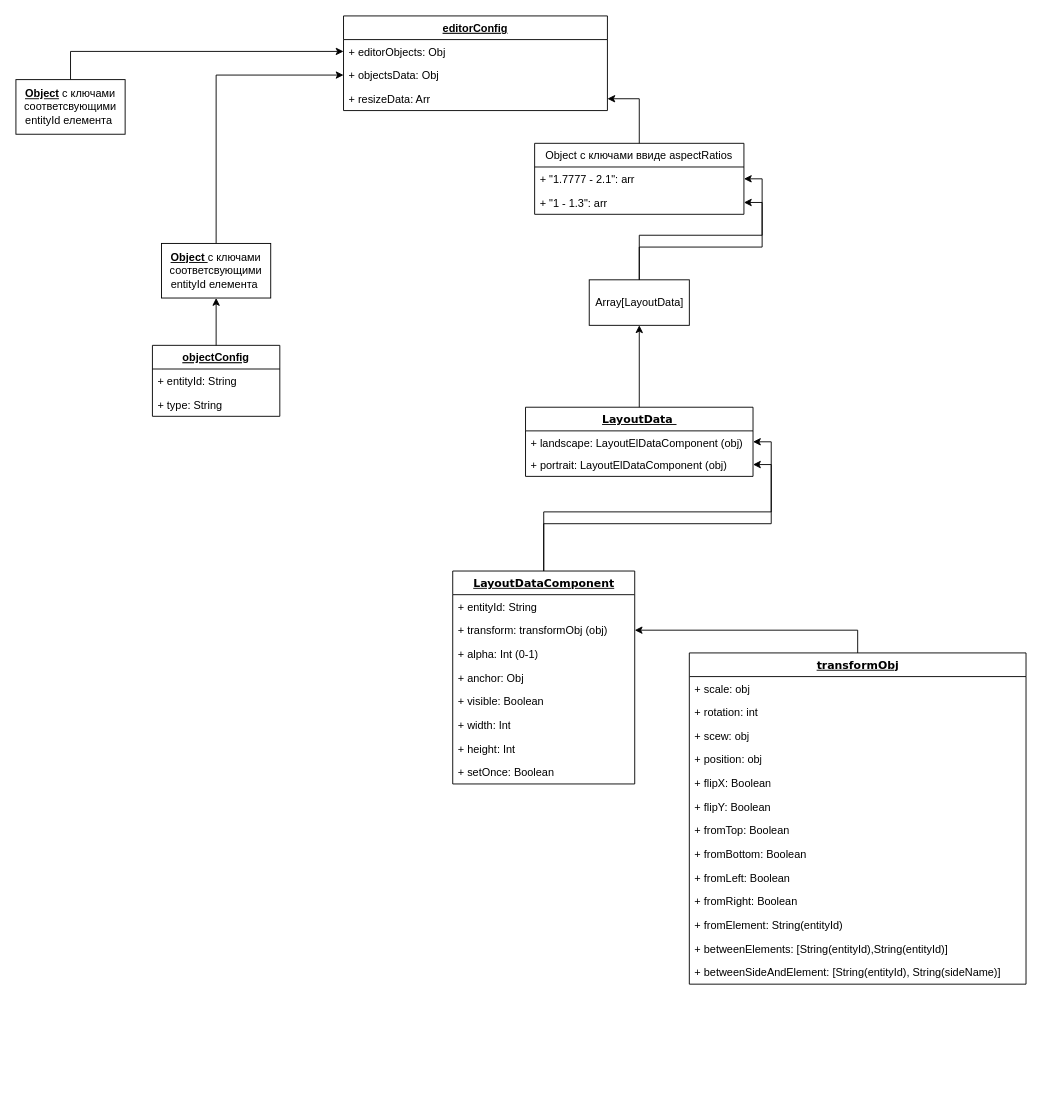
Earlier version of the draw.io diagram Transform data save format.drawio (MatthewKarpenko/LayoutEditor-diagrams). Source tidied: cells renumbered, new cells numbered last; positions are measured from the earlier drawing's top-left corner, leaving out a move shared by most shapes. Both pictures are drawn from the tidied source at 91%, with x=0, y=0 at pixel (15, 15).
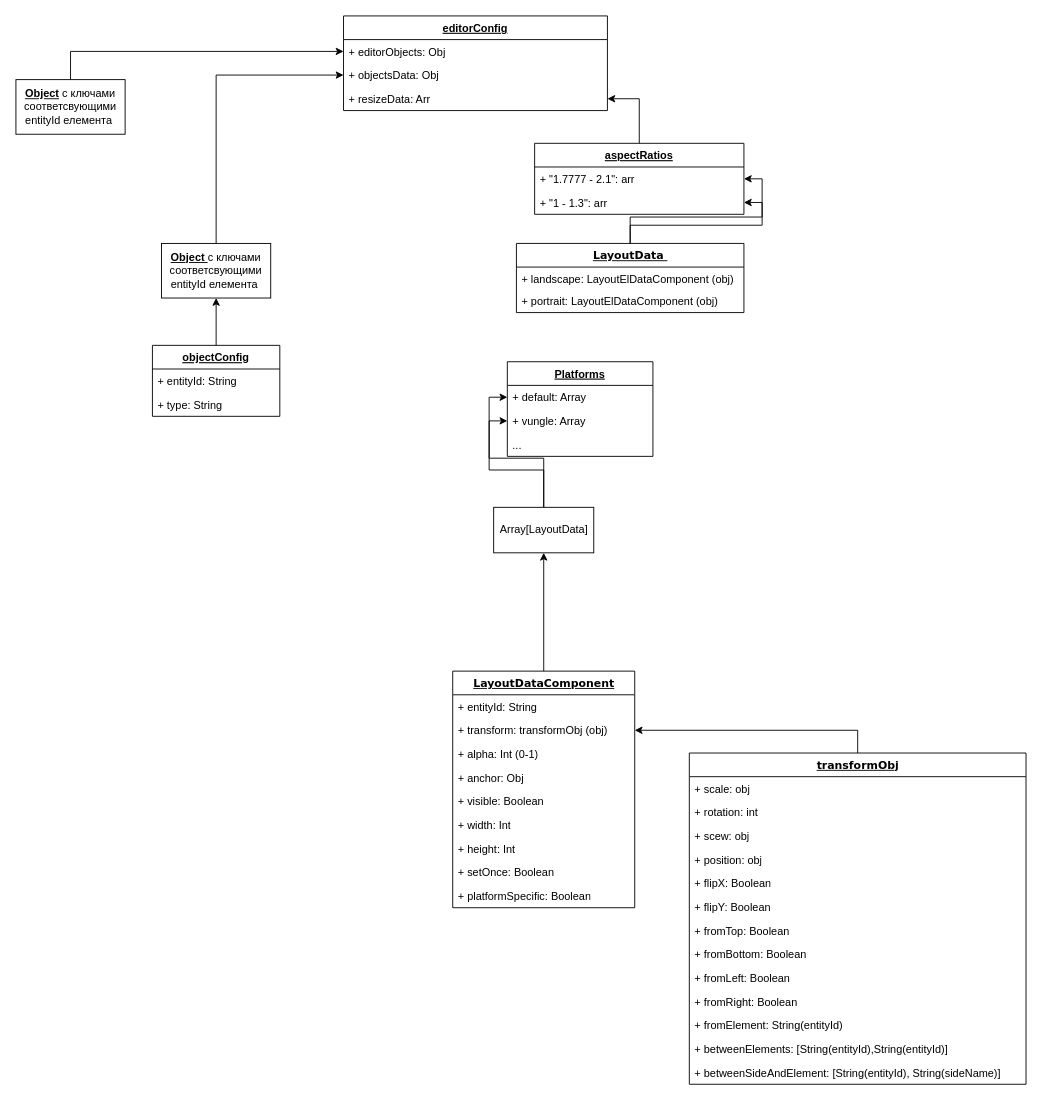
The same diagram, later.

Commit message:
tranfsorms resize diagram different platforms added

The change refers to these unchanged cells:
```xml
<mxCell id="4" value="+ landscape: LayoutElDataComponent (obj)" style="text;html=1;strokeColor=none;fillColor=none;align=left;verticalAlign=top;spacingLeft=4;spacingRight=4;whiteSpace=wrap;overflow=hidden;points=[[0,0.5],[1,0.5]];portConstraint=eastwest;" parent="3" vertex="1">
  <mxGeometry y="26" width="250" height="24" as="geometry" />
</mxCell>
<mxCell id="5" value="+ portrait: LayoutElDataComponent (obj)" style="text;html=1;strokeColor=none;fillColor=none;align=left;verticalAlign=top;spacingLeft=4;spacingRight=4;whiteSpace=wrap;overflow=hidden;points=[[0,0.5],[1,0.5]];portConstraint=eastwest;" parent="3" vertex="1">
  <mxGeometry y="50" width="250" height="26" as="geometry" />
</mxCell>
<mxCell id="48" value="+ &quot;1.7777 - 2.1&quot;: arr" style="text;strokeColor=none;fillColor=none;align=left;verticalAlign=top;spacingLeft=4;spacingRight=4;overflow=hidden;points=[[0,0.5],[1,0.5]];portConstraint=eastwest;" parent="47" vertex="1">
  <mxGeometry y="26" width="230" height="26" as="geometry" />
</mxCell>
<mxCell id="49" value="+ &quot;1 - 1.3&quot;: arr" style="text;strokeColor=none;fillColor=none;align=left;verticalAlign=top;spacingLeft=4;spacingRight=4;overflow=hidden;points=[[0,0.5],[1,0.5]];portConstraint=eastwest;" parent="47" vertex="1">
  <mxGeometry y="52" width="230" height="26" as="geometry" />
</mxCell>
```

The edit, as a diff of the source:
```diff
@@
-    <mxCell id="2" style="edgeStyle=orthogonalEdgeStyle;rounded=0;jettySize=auto;html=1;exitX=0.5;exitY=0;exitDx=0;exitDy=0;entryX=0.5;entryY=1;entryDx=0;entryDy=0;fontColor=#000000;" parent="1" edge="1" source="3" target="38">
-      <mxGeometry relative="1" as="geometry" />
-    </mxCell>
     <mxCell id="3" value="&lt;u&gt;LayoutData&amp;nbsp;&lt;/u&gt;" style="swimlane;html=1;fontStyle=1;align=center;verticalAlign=top;horizontal=1;startSize=26;swimlaneFillColor=#ffffff;rounded=0;shadow=0;comic=0;labelBackgroundColor=none;strokeWidth=1;fillColor=none;fontFamily=Verdana;fontSize=12;" parent="1" vertex="1">
-      <mxGeometry x="560" y="430" width="250" height="76" as="geometry" />
+      <mxGeometry x="550" y="250" width="250" height="76" as="geometry" />
     </mxCell>
@@
-    <mxCell id="6" style="edgeStyle=orthogonalEdgeStyle;rounded=0;jettySize=auto;html=1;exitX=0.5;exitY=0;exitDx=0;exitDy=0;entryX=1;entryY=0.5;entryDx=0;entryDy=0;" parent="1" edge="1" source="7" target="4">
-      <mxGeometry relative="1" as="geometry" />
-    </mxCell>
+    <mxCell id="51" style="edgeStyle=orthogonalEdgeStyle;rounded=0;jettySize=auto;html=1;exitX=0.5;exitY=0;exitDx=0;exitDy=0;entryX=0.5;entryY=1;entryDx=0;entryDy=0;" parent="1" edge="1" source="7" target="38">
+      <mxGeometry relative="1" as="geometry" />
+    </mxCell>
     <mxCell id="7" value="&lt;u&gt;LayoutDataComponent&lt;/u&gt;" style="swimlane;html=1;fontStyle=1;align=center;verticalAlign=top;horizontal=1;startSize=26;swimlaneFillColor=#ffffff;rounded=0;shadow=0;comic=0;labelBackgroundColor=none;strokeWidth=1;fillColor=none;fontFamily=Verdana;fontSize=12;" parent="1" vertex="1">
-      <mxGeometry x="480" y="610" width="200" height="234" as="geometry" />
+      <mxGeometry x="480" y="720" width="200" height="260" as="geometry" />
     </mxCell>
@@
+    <mxCell id="52" value="+ platformSpecific: Boolean" style="text;html=1;strokeColor=none;fillColor=none;align=left;verticalAlign=top;spacingLeft=4;spacingRight=4;whiteSpace=wrap;overflow=hidden;" parent="7" vertex="1">
+      <mxGeometry y="234" width="200" height="26" as="geometry" />
+    </mxCell>
@@
     <mxCell id="17" value="&lt;u&gt;transformObj&lt;/u&gt;" style="swimlane;html=1;fontStyle=1;align=center;verticalAlign=top;horizontal=1;startSize=26;swimlaneFillColor=#ffffff;rounded=0;shadow=0;comic=0;labelBackgroundColor=none;strokeWidth=1;fillColor=none;fontFamily=Verdana;fontSize=12;" parent="1" vertex="1">
-      <mxGeometry x="740" y="700" width="370" height="364" as="geometry" />
+      <mxGeometry x="740" y="810" width="370" height="364" as="geometry" />
     </mxCell>
@@
-    <mxCell id="31" style="edgeStyle=orthogonalEdgeStyle;rounded=0;jettySize=auto;html=1;entryX=1;entryY=0.5;entryDx=0;entryDy=0;exitX=0.5;exitY=0;exitDx=0;exitDy=0;" parent="1" edge="1" source="7" target="5">
-      <mxGeometry relative="1" as="geometry" />
-    </mxCell>
@@
-    <mxCell id="37" style="edgeStyle=orthogonalEdgeStyle;rounded=0;jettySize=auto;html=1;exitX=0.5;exitY=0;exitDx=0;exitDy=0;entryX=1;entryY=0.5;entryDx=0;entryDy=0;" parent="1" edge="1" source="38" target="49">
+    <mxCell id="37" style="edgeStyle=orthogonalEdgeStyle;rounded=0;jettySize=auto;html=1;exitX=0.5;exitY=0;exitDx=0;exitDy=0;entryX=1;entryY=0.5;entryDx=0;entryDy=0;" parent="1" edge="1" source="3" target="49">
       <mxGeometry relative="1" as="geometry" />
     </mxCell>
+    <mxCell id="53" style="edgeStyle=orthogonalEdgeStyle;rounded=0;jettySize=auto;html=1;exitX=0.5;exitY=0;exitDx=0;exitDy=0;entryX=0;entryY=0.5;entryDx=0;entryDy=0;" parent="1" edge="1" source="38" target="56">
+      <mxGeometry relative="1" as="geometry" />
+    </mxCell>
+    <mxCell id="54" style="edgeStyle=orthogonalEdgeStyle;rounded=0;jettySize=auto;html=1;exitX=0.5;exitY=0;exitDx=0;exitDy=0;entryX=0;entryY=0.5;entryDx=0;entryDy=0;" parent="1" edge="1" source="38" target="57">
+      <mxGeometry relative="1" as="geometry" />
+    </mxCell>
     <mxCell id="38" value="Array[LayoutData]" style="html=1;fontColor=#000000;" parent="1" vertex="1">
-      <mxGeometry x="630" y="290" width="110" height="50" as="geometry" />
+      <mxGeometry x="525" y="540" width="110" height="50" as="geometry" />
     </mxCell>
@@
-    <mxCell id="47" value="Object с ключами ввиде aspectRatios" style="swimlane;fontStyle=0;horizontal=1;startSize=26;fillColor=none;" parent="1" vertex="1">
+    <mxCell id="47" value="aspectRatios" style="swimlane;fontStyle=5;horizontal=1;startSize=26;fillColor=none;" parent="1" vertex="1">
       <mxGeometry x="570" y="140" width="230" height="78" as="geometry" />
     </mxCell>
@@
-    <mxCell id="50" style="edgeStyle=orthogonalEdgeStyle;rounded=0;jettySize=auto;html=1;exitX=0.5;exitY=0;exitDx=0;exitDy=0;entryX=1;entryY=0.5;entryDx=0;entryDy=0;" parent="1" edge="1" source="38" target="48">
+    <mxCell id="50" style="edgeStyle=orthogonalEdgeStyle;rounded=0;jettySize=auto;html=1;exitX=0.5;exitY=0;exitDx=0;exitDy=0;entryX=1;entryY=0.5;entryDx=0;entryDy=0;" parent="1" edge="1" source="3" target="48">
       <mxGeometry relative="1" as="geometry" />
     </mxCell>
+    <mxCell id="55" value="Platforms" style="swimlane;fontStyle=5;align=center;verticalAlign=top;horizontal=1;startSize=26;" parent="1" vertex="1">
+      <mxGeometry x="540" y="380" width="160" height="104" as="geometry" />
+    </mxCell>
+    <mxCell id="56" value="+ default: Array" style="text;strokeColor=none;fillColor=none;align=left;verticalAlign=top;spacingLeft=4;spacingRight=4;overflow=hidden;points=[[0,0.5],[1,0.5]];portConstraint=eastwest;" parent="55" vertex="1">
+      <mxGeometry y="26" width="160" height="26" as="geometry" />
+    </mxCell>
+    <mxCell id="57" value="+ vungle: Array" style="text;strokeColor=none;fillColor=none;align=left;verticalAlign=top;spacingLeft=4;spacingRight=4;overflow=hidden;points=[[0,0.5],[1,0.5]];portConstraint=eastwest;" parent="55" vertex="1">
+      <mxGeometry y="52" width="160" height="26" as="geometry" />
+    </mxCell>
+    <mxCell id="58" value="..." style="text;strokeColor=none;fillColor=none;align=left;verticalAlign=top;spacingLeft=4;spacingRight=4;overflow=hidden;" parent="55" vertex="1">
+      <mxGeometry y="78" width="160" height="26" as="geometry" />
+    </mxCell>
```
